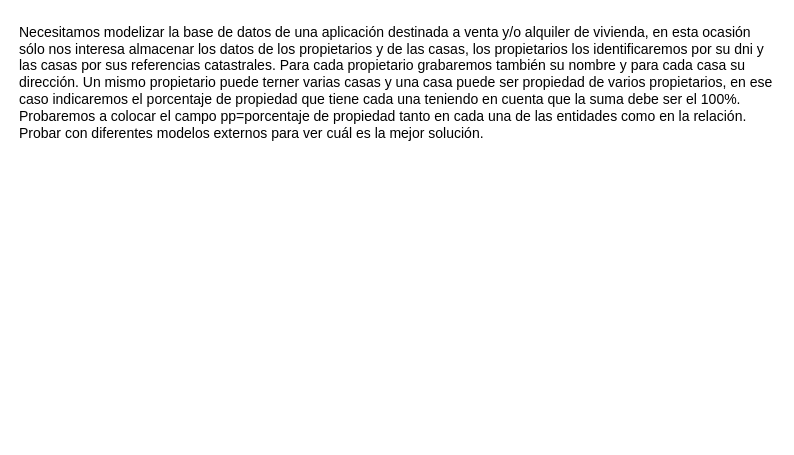
Above: drawio/Ejer6.drawio in DiEgOfercri/Modelos-BBDD (draw.io), before the change. Source tidied: cells renumbered, new cells numbered last; positions are measured from the earlier drawing's top-left corner, leaving out a move shared by most shapes. Both pictures are drawn from the tidied source at 100%, with x=0, y=0 at pixel (17, 17).
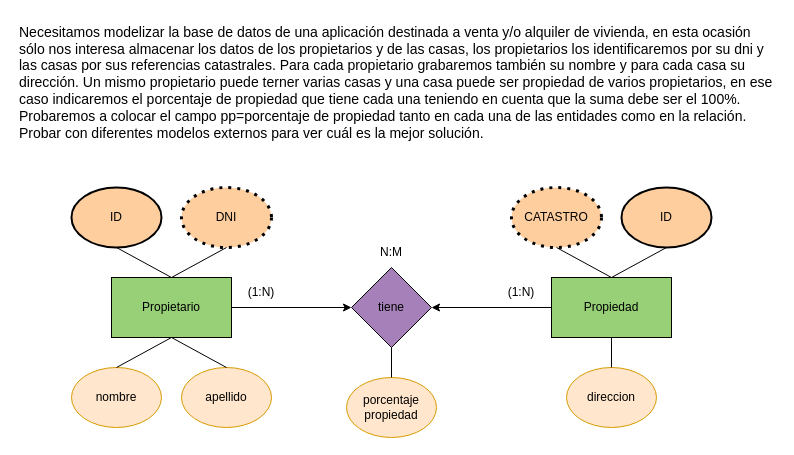
Above is the later version.

What changed in the source:
```diff
@@
+    <mxCell id="3" style="edgeStyle=orthogonalEdgeStyle;rounded=0;jettySize=auto;html=1;exitX=1;exitY=0.5;exitDx=0;exitDy=0;entryX=0;entryY=0.5;entryDx=0;entryDy=0;" parent="1" edge="1" source="4" target="7">
+      <mxGeometry relative="1" as="geometry" />
+    </mxCell>
+    <mxCell id="4" value="Propietario" style="rounded=0;whiteSpace=wrap;html=1;fillColor=#97D077;" parent="1" vertex="1">
+      <mxGeometry x="94" y="260" width="120" height="60" as="geometry" />
+    </mxCell>
+    <mxCell id="5" style="edgeStyle=orthogonalEdgeStyle;rounded=0;jettySize=auto;html=1;exitX=0;exitY=0.5;exitDx=0;exitDy=0;entryX=1;entryY=0.5;entryDx=0;entryDy=0;" parent="1" edge="1" source="6" target="7">
+      <mxGeometry relative="1" as="geometry" />
+    </mxCell>
+    <mxCell id="6" value="Propiedad" style="rounded=0;whiteSpace=wrap;html=1;fillColor=#97D077;" parent="1" vertex="1">
+      <mxGeometry x="534" y="260" width="120" height="60" as="geometry" />
+    </mxCell>
+    <mxCell id="7" value="tiene" style="rhombus;whiteSpace=wrap;html=1;fillColor=#A680B8;" parent="1" vertex="1">
+      <mxGeometry x="334" y="250" width="80" height="80" as="geometry" />
+    </mxCell>
+    <mxCell id="8" value="(1:N)" style="text;html=1;strokeColor=none;fillColor=none;align=center;verticalAlign=middle;whiteSpace=wrap;rounded=0;" parent="1" vertex="1">
+      <mxGeometry x="474" y="260" width="60" height="30" as="geometry" />
+    </mxCell>
+    <mxCell id="9" value="(1:N)" style="text;html=1;strokeColor=none;fillColor=none;align=center;verticalAlign=middle;whiteSpace=wrap;rounded=0;" parent="1" vertex="1">
+      <mxGeometry x="214" y="260" width="60" height="30" as="geometry" />
+    </mxCell>
+    <mxCell id="10" value="N:M" style="text;html=1;strokeColor=none;fillColor=none;align=center;verticalAlign=middle;whiteSpace=wrap;rounded=0;" parent="1" vertex="1">
+      <mxGeometry x="344" y="220" width="60" height="30" as="geometry" />
+    </mxCell>
+    <mxCell id="11" value="ID" style="ellipse;whiteSpace=wrap;html=1;strokeWidth=2;fillColor=#FFCE9F;" parent="1" vertex="1">
+      <mxGeometry x="54" y="170" width="90" height="60" as="geometry" />
+    </mxCell>
+    <mxCell id="12" value="DNI" style="ellipse;whiteSpace=wrap;html=1;dashed=1;dashPattern=1 2;strokeWidth=3;fillColor=#FFCE9F;" parent="1" vertex="1">
+      <mxGeometry x="164" y="170" width="90" height="60" as="geometry" />
+    </mxCell>
+    <mxCell id="13" value="CATASTRO" style="ellipse;whiteSpace=wrap;html=1;dashed=1;dashPattern=1 2;strokeWidth=3;fillColor=#FFCE9F;" parent="1" vertex="1">
+      <mxGeometry x="494" y="170" width="90" height="60" as="geometry" />
+    </mxCell>
+    <mxCell id="14" value="ID" style="ellipse;whiteSpace=wrap;html=1;strokeWidth=2;fillColor=#FFCE9F;" parent="1" vertex="1">
+      <mxGeometry x="604" y="170" width="90" height="60" as="geometry" />
+    </mxCell>
+    <mxCell id="15" value="nombre" style="ellipse;whiteSpace=wrap;html=1;strokeWidth=1;fillColor=#ffe6cc;strokeColor=#d79b00;" parent="1" vertex="1">
+      <mxGeometry x="54" y="350" width="90" height="60" as="geometry" />
+    </mxCell>
+    <mxCell id="16" value="apellido" style="ellipse;whiteSpace=wrap;html=1;strokeWidth=1;fillColor=#ffe6cc;strokeColor=#d79b00;" parent="1" vertex="1">
+      <mxGeometry x="164" y="350" width="90" height="60" as="geometry" />
+    </mxCell>
+    <mxCell id="17" value="direccion" style="ellipse;whiteSpace=wrap;html=1;strokeWidth=1;fillColor=#ffe6cc;strokeColor=#d79b00;" parent="1" vertex="1">
+      <mxGeometry x="549" y="350" width="90" height="60" as="geometry" />
+    </mxCell>
+    <mxCell id="18" value="porcentaje&lt;br&gt;propiedad" style="ellipse;whiteSpace=wrap;html=1;strokeWidth=1;fillColor=#ffe6cc;strokeColor=#d79b00;" parent="1" vertex="1">
+      <mxGeometry x="329" y="360" width="90" height="60" as="geometry" />
+    </mxCell>
+    <mxCell id="19" style="endArrow=none;html=1;rounded=0;entryX=0.5;entryY=0;entryDx=0;entryDy=0;exitX=0.5;exitY=1;exitDx=0;exitDy=0;" parent="1" edge="1" source="12" target="4">
+      <mxGeometry relative="1" as="geometry" />
+    </mxCell>
+    <mxCell id="20" style="endArrow=none;html=1;rounded=0;entryX=0.5;entryY=0;entryDx=0;entryDy=0;exitX=0.5;exitY=1;exitDx=0;exitDy=0;" parent="1" edge="1" source="11" target="4">
+      <mxGeometry relative="1" as="geometry" />
+    </mxCell>
+    <mxCell id="21" style="endArrow=none;html=1;rounded=0;entryX=0.5;entryY=1;entryDx=0;entryDy=0;exitX=0.5;exitY=0;exitDx=0;exitDy=0;" parent="1" edge="1" source="16" target="4">
+      <mxGeometry relative="1" as="geometry" />
+    </mxCell>
+    <mxCell id="22" style="endArrow=none;html=1;rounded=0;entryX=0.5;entryY=1;entryDx=0;entryDy=0;exitX=0.5;exitY=0;exitDx=0;exitDy=0;" parent="1" edge="1" source="15" target="4">
+      <mxGeometry relative="1" as="geometry" />
+    </mxCell>
+    <mxCell id="23" style="endArrow=none;html=1;rounded=0;entryX=0.5;entryY=1;entryDx=0;entryDy=0;exitX=0.5;exitY=0;exitDx=0;exitDy=0;" parent="1" edge="1" source="18" target="7">
+      <mxGeometry relative="1" as="geometry" />
+    </mxCell>
+    <mxCell id="24" style="endArrow=none;html=1;rounded=0;entryX=0.5;entryY=0;entryDx=0;entryDy=0;exitX=0.5;exitY=1;exitDx=0;exitDy=0;" parent="1" edge="1" source="14" target="6">
+      <mxGeometry relative="1" as="geometry" />
+    </mxCell>
+    <mxCell id="25" style="endArrow=none;html=1;rounded=0;entryX=0.5;entryY=0;entryDx=0;entryDy=0;exitX=0.5;exitY=1;exitDx=0;exitDy=0;" parent="1" edge="1" source="13" target="6">
+      <mxGeometry relative="1" as="geometry" />
+    </mxCell>
+    <mxCell id="26" style="endArrow=none;html=1;rounded=0;entryX=0.5;entryY=1;entryDx=0;entryDy=0;exitX=0.5;exitY=0;exitDx=0;exitDy=0;" parent="1" edge="1" source="17" target="6">
+      <mxGeometry relative="1" as="geometry" />
+    </mxCell>
```
